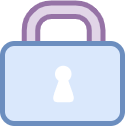
This is image/protector.png from vxlang/vxlang.github.io, a draw.io export, as it was before one commit. Source tidied: cells renumbered, new cells last; positions are measured from the earlier drawing's top-left corner, leaving out a move shared by most shapes.
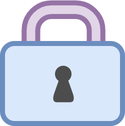
After the commit.

The edit, as a diff of the source:
```diff
@@ -14,10 +14,10 @@
     <mxCell id="4" style="rounded=1;whiteSpace=wrap;html=1;strokeColor=#6c8ebf;strokeWidth=5;fillColor=#dae8fc;" parent="1" vertex="1">
       <mxGeometry y="30" width="120" height="80" as="geometry" />
     </mxCell>
-    <mxCell id="5" style="ellipse;whiteSpace=wrap;html=1;rounded=1;strokeWidth=1;gradientDirection=east;strokeColor=none;" parent="1" vertex="1">
+    <mxCell id="5" style="ellipse;whiteSpace=wrap;html=1;rounded=1;strokeWidth=1;gradientDirection=east;strokeColor=none;fillColor=#4D4D4D;" parent="1" vertex="1">
       <mxGeometry x="52.5" y="52.2" width="16.5" height="16.5" as="geometry" />
     </mxCell>
-    <mxCell id="6" style="triangle;whiteSpace=wrap;html=1;rounded=1;strokeWidth=1;gradientDirection=east;rotation=-90;strokeColor=none;" parent="1" vertex="1">
+    <mxCell id="6" style="triangle;whiteSpace=wrap;html=1;rounded=1;strokeWidth=1;gradientDirection=east;rotation=-90;strokeColor=none;fillColor=#4D4D4D;" parent="1" vertex="1">
       <mxGeometry x="43.5" y="58.8" width="35" height="25" as="geometry" />
     </mxCell>
   </root>
```
